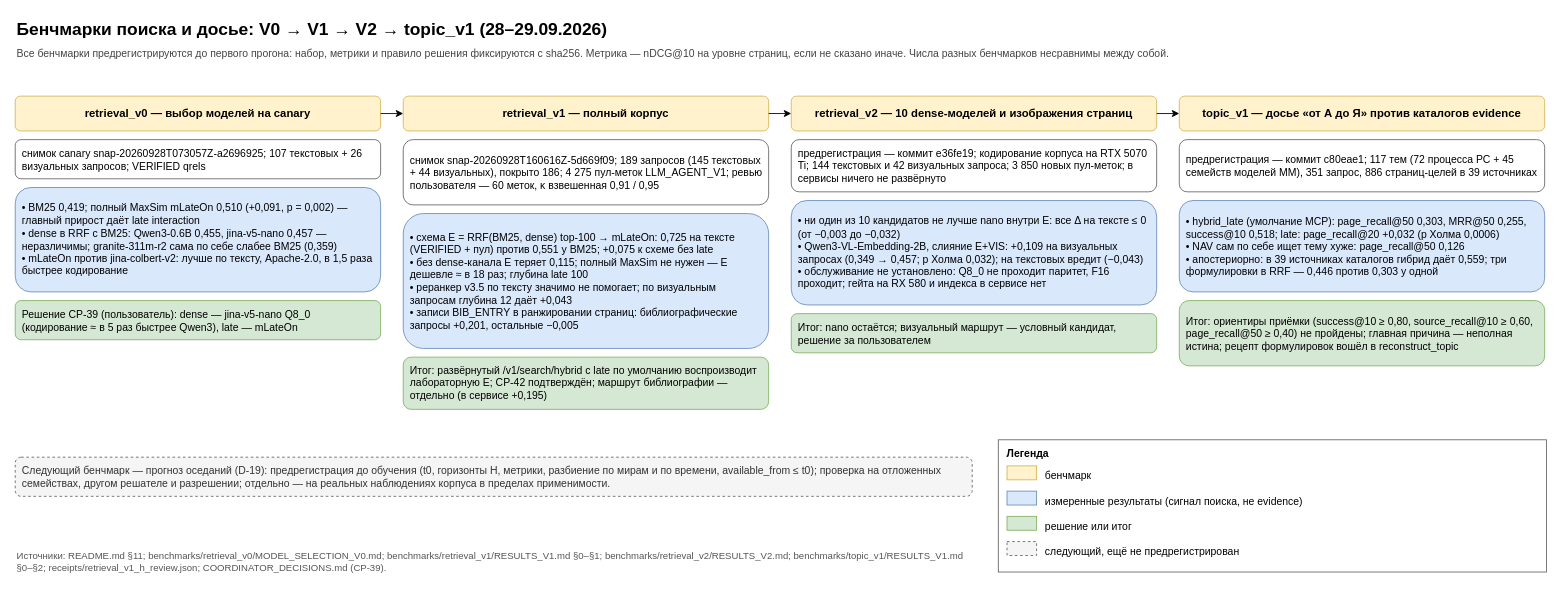
Earlier version of the draw.io diagram docs/diagrams/benchmarks.drawio (SUKUNA-AI/vkm-subsidence-forecasting). Source tidied: cells renumbered, new cells numbered last; positions are measured from the earlier drawing's top-left corner, leaving out a move shared by most shapes. Both pictures are drawn from the tidied source at 87%, with x=0, y=0 at pixel (15, 15).
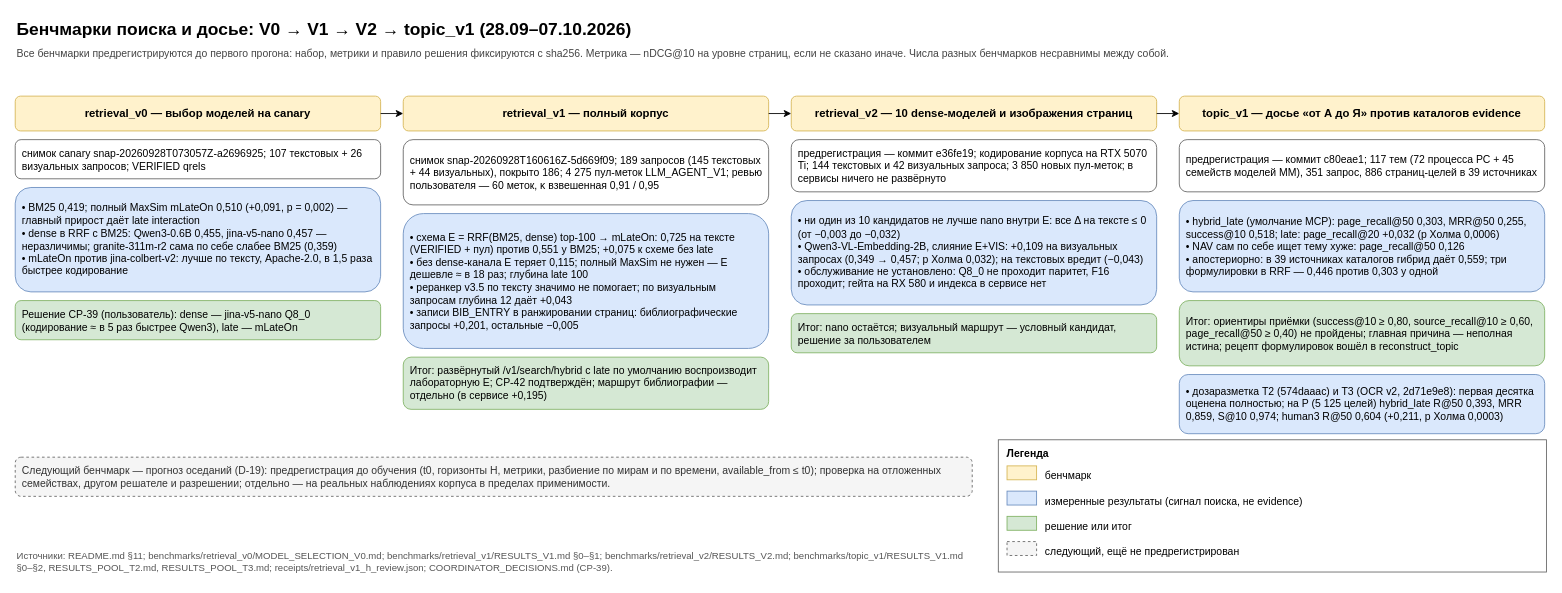
The same page after the edit.

Commit message (it also covers changes not shown here):
docs(diagrams): схема бенчмарков — итоги дозаразметки T2 и T3

What changed in the source:
```diff
@@
-    <mxCell id="2" value="Бенчмарки поиска и досье: V0 → V1 → V2 → topic_v1 (28–29.09.2026)" style="text;align=left;fontSize=20;fontStyle=1;html=1;verticalAlign=middle;whiteSpace=wrap;" parent="1" vertex="1">
+    <mxCell id="2" value="Бенчмарки поиска и досье: V0 → V1 → V2 → topic_v1 (28.09–07.10.2026)" style="text;align=left;fontSize=20;fontStyle=1;html=1;verticalAlign=middle;whiteSpace=wrap;" parent="1" vertex="1">
       <mxGeometry width="1760" height="30" as="geometry" />
     </mxCell>
@@
+    <mxCell id="34" value="• дозаразметка T2 (574daaac) и T3 (OCR v2, 2d71e9e8): первая десятка оценена полностью; на P (5 125 целей) hybrid_late R@50 0,393, MRR 0,859, S@10 0,974; human3 R@50 0,604 (+0,211, p Холма 0,0003)" style="align=left;fillColor=#dae8fc;fontSize=12;html=1;rounded=1;spacingLeft=6;spacingRight=4;strokeColor=#6c8ebf;whiteSpace=wrap;" parent="1" vertex="1">
+      <mxGeometry x="1338" y="413" width="420" height="68" as="geometry" />
+    </mxCell>
@@
-    <mxCell id="30" value="Источники: README.md §11; benchmarks/retrieval_v0/MODEL_SELECTION_V0.md; benchmarks/retrieval_v1/RESULTS_V1.md §0–§1; benchmarks/retrieval_v2/RESULTS_V2.md; benchmarks/topic_v1/RESULTS_V1.md §0–§2; receipts/retrieval_v1_h_review.json; COORDINATOR_DECISIONS.md (CP-39)." style="text;align=left;fontColor=#555555;fontSize=11;html=1;verticalAlign=middle;whiteSpace=wrap;" parent="1" vertex="1">
+    <mxCell id="30" value="Источники: README.md §11; benchmarks/retrieval_v0/MODEL_SELECTION_V0.md; benchmarks/retrieval_v1/RESULTS_V1.md §0–§1; benchmarks/retrieval_v2/RESULTS_V2.md; benchmarks/topic_v1/RESULTS_V1.md §0–§2, RESULTS_POOL_T2.md, RESULTS_POOL_T3.md; receipts/retrieval_v1_h_review.json; COORDINATOR_DECISIONS.md (CP-39)." style="text;align=left;fontColor=#555555;fontSize=11;html=1;verticalAlign=middle;whiteSpace=wrap;" parent="1" vertex="1">
       <mxGeometry y="608" width="1100" height="40" as="geometry" />
     </mxCell>
```
